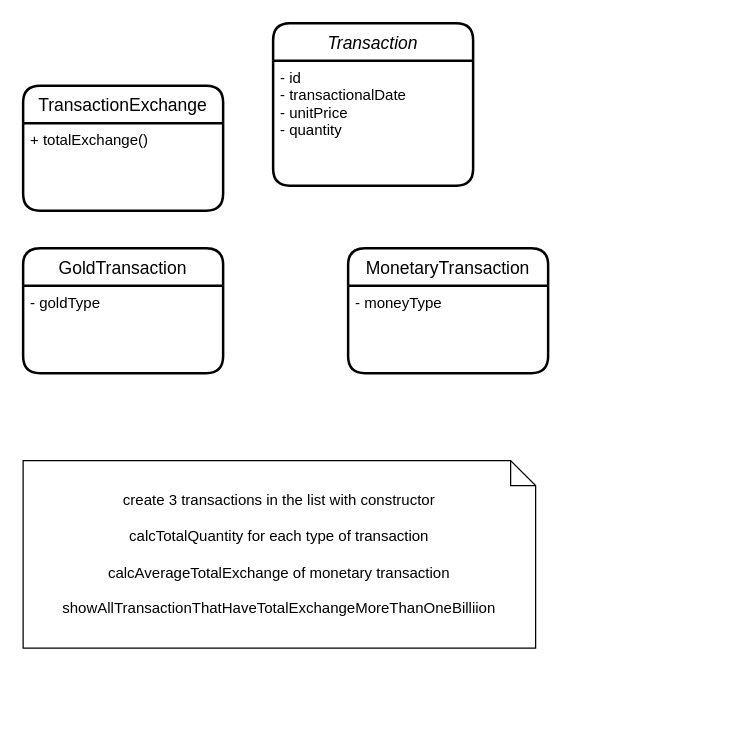
The draw.io diagram page "problem4" (2 of 3) of SourceCode/Postgres/Query/ERD/Drawio/JavaCoreReviewPartII.drawio in TongVu/Axon, before the edit. Source tidied: cells renumbered, new cells numbered last; positions are measured from the earlier drawing's top-left corner, leaving out a move shared by most shapes. Both pictures are drawn from the tidied source at 125%, with x=0, y=0 at pixel (22, 22).
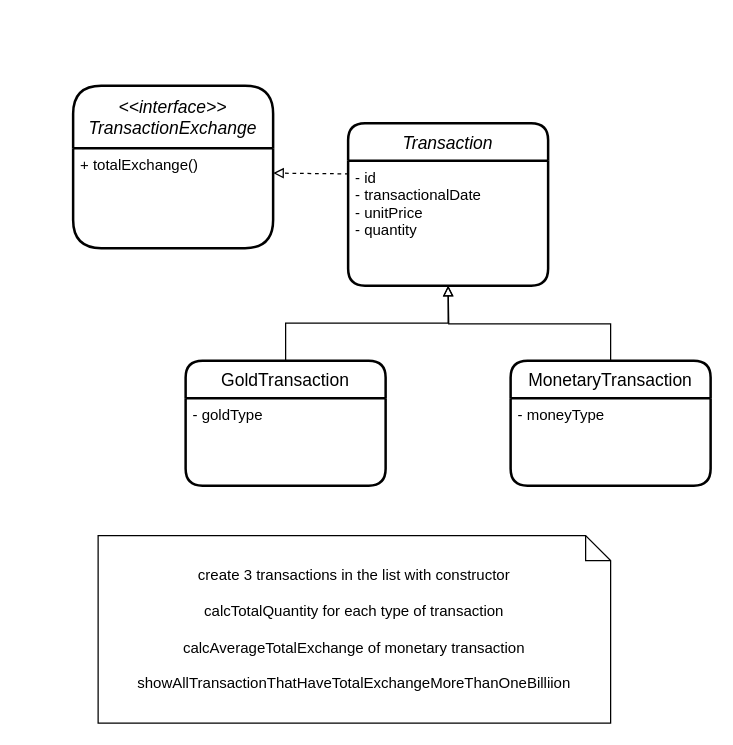
The same page after the edit.

The edit, as a diff of the source:
```diff
@@
 <mxGraphModel>
   <root>
     <mxCell id="0" />
     <mxCell id="1" parent="0" />
     <mxCell id="2" value="Transaction" style="swimlane;horizontal=1;startSize=30;rounded=1;fontSize=14;fontStyle=2;strokeWidth=2;shadow=0;dashed=0;align=center;" parent="1" vertex="1">
-      <mxGeometry x="200" width="160" height="130" as="geometry" />
+      <mxGeometry x="260" y="80" width="160" height="130" as="geometry" />
     </mxCell>
     <mxCell id="3" value="- id&#10;- transactionalDate&#10;- unitPrice&#10;- quantity&#10;" style="align=left;strokeColor=none;fillColor=none;spacingLeft=4;fontSize=12;verticalAlign=top;" parent="2" vertex="1">
       <mxGeometry y="30" width="160" height="100" as="geometry" />
     </mxCell>
+    <mxCell id="11" style="edgeStyle=orthogonalEdgeStyle;rounded=0;jettySize=auto;html=1;exitX=0.5;exitY=0;exitDx=0;exitDy=0;entryX=0.5;entryY=1;entryDx=0;entryDy=0;endArrow=block;endFill=0;" parent="1" edge="1" source="4" target="3">
+      <mxGeometry relative="1" as="geometry" />
+    </mxCell>
     <mxCell id="4" value="GoldTransaction" style="swimlane;horizontal=1;startSize=30;rounded=1;fontSize=14;fontStyle=0;strokeWidth=2;shadow=0;dashed=0;align=center;" parent="1" vertex="1">
-      <mxGeometry y="180" width="160" height="100" as="geometry" />
+      <mxGeometry x="130" y="270" width="160" height="100" as="geometry" />
     </mxCell>
     <mxCell id="5" value="- goldType" style="align=left;strokeColor=none;fillColor=none;spacingLeft=4;fontSize=12;verticalAlign=top;" parent="4" vertex="1">
       <mxGeometry y="30" width="160" height="70" as="geometry" />
     </mxCell>
+    <mxCell id="12" style="edgeStyle=orthogonalEdgeStyle;rounded=0;jettySize=auto;html=1;exitX=0.5;exitY=0;exitDx=0;exitDy=0;endArrow=block;endFill=0;" parent="1" edge="1" source="6">
+      <mxGeometry relative="1" as="geometry">
+        <mxPoint x="340" y="210" as="targetPoint" />
+      </mxGeometry>
+    </mxCell>
     <mxCell id="6" value="MonetaryTransaction" style="swimlane;horizontal=1;startSize=30;rounded=1;fontSize=14;fontStyle=0;strokeWidth=2;shadow=0;dashed=0;align=center;" parent="1" vertex="1">
-      <mxGeometry x="260" y="180" width="160" height="100" as="geometry" />
+      <mxGeometry x="390" y="270" width="160" height="100" as="geometry" />
     </mxCell>
     <mxCell id="7" value="- moneyType" style="align=left;strokeColor=none;fillColor=none;spacingLeft=4;fontSize=12;verticalAlign=top;" parent="6" vertex="1">
       <mxGeometry y="30" width="160" height="70" as="geometry" />
     </mxCell>
     <mxCell id="8" value="create 3 transactions in the list with constructor&lt;br&gt;&lt;br&gt;calcTotalQuantity for each type of transaction&lt;br&gt;&lt;br&gt;calcAverageTotalExchange of monetary transaction&lt;br&gt;&lt;br&gt;showAllTransactionThatHaveTotalExchangeMoreThanOneBilliion" style="shape=note;size=20;whiteSpace=wrap;html=1;" parent="1" vertex="1">
-      <mxGeometry y="350" width="410" height="150" as="geometry" />
+      <mxGeometry x="60" y="410" width="410" height="150" as="geometry" />
     </mxCell>
-    <mxCell id="9" value="TransactionExchange" style="swimlane;horizontal=1;startSize=30;rounded=1;fontSize=14;fontStyle=0;strokeWidth=2;shadow=0;dashed=0;align=center;" parent="1" vertex="1">
-      <mxGeometry y="50" width="160" height="100" as="geometry" />
+    <mxCell id="9" value="&lt;&lt;interface&gt;&gt;&#10;TransactionExchange" style="swimlane;horizontal=1;startSize=50;rounded=1;fontSize=14;fontStyle=2;strokeWidth=2;shadow=0;dashed=0;align=center;" parent="1" vertex="1">
+      <mxGeometry x="40" y="50" width="160" height="130" as="geometry" />
     </mxCell>
     <mxCell id="10" value="+ totalExchange()" style="align=left;strokeColor=none;fillColor=none;spacingLeft=4;fontSize=12;verticalAlign=top;" parent="9" vertex="1">
-      <mxGeometry y="30" width="160" height="70" as="geometry" />
+      <mxGeometry y="50" width="160" height="80" as="geometry" />
     </mxCell>
+    <mxCell id="13" style="rounded=0;jettySize=auto;html=1;exitX=0.003;exitY=0.106;exitDx=0;exitDy=0;entryX=1;entryY=0.25;entryDx=0;entryDy=0;endArrow=block;endFill=0;dashed=1;exitPerimeter=0;" parent="1" edge="1" source="3" target="10">
+      <mxGeometry relative="1" as="geometry" />
+    </mxCell>
   </root>
 </mxGraphModel>
```
